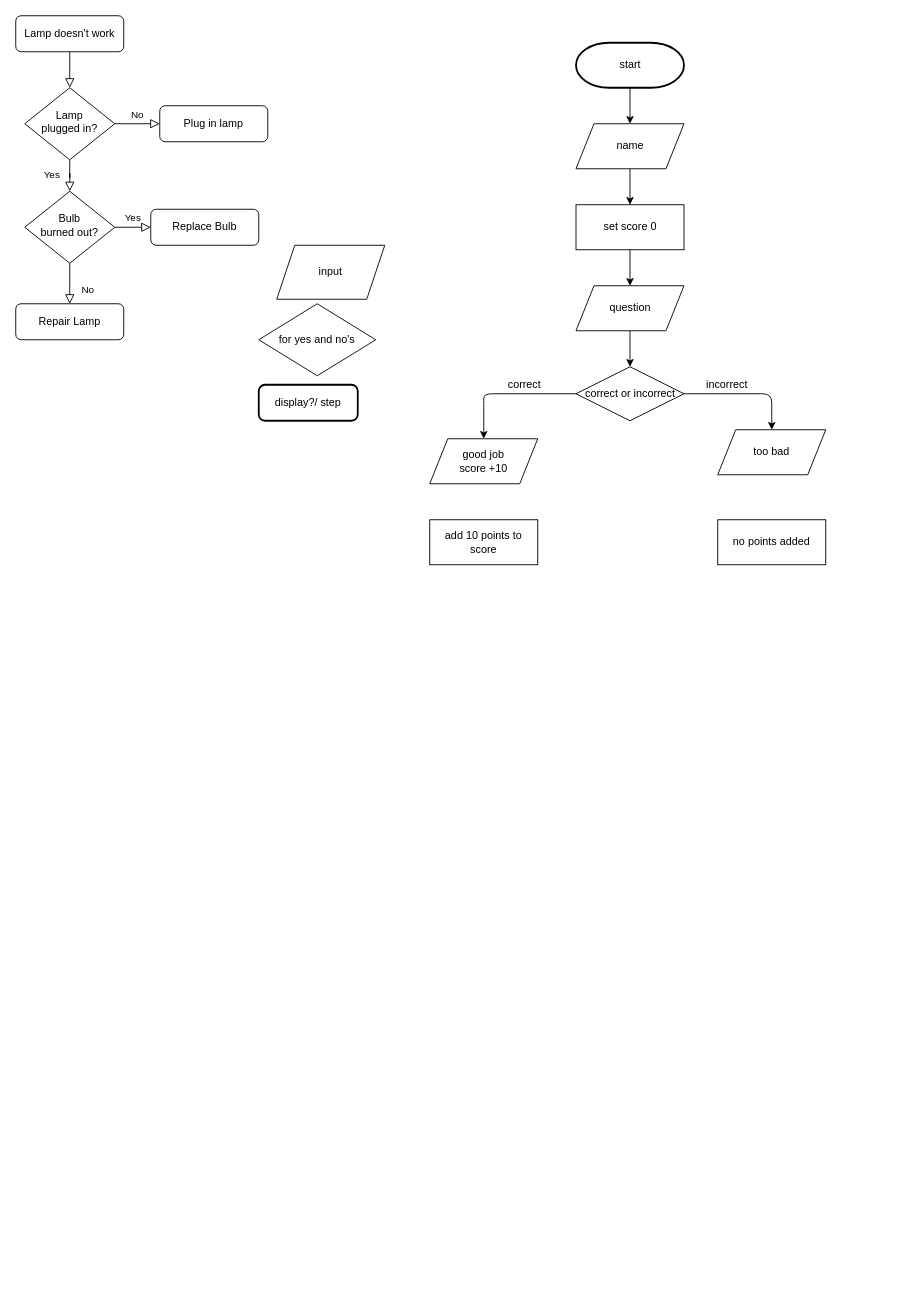
Before: main/Untitled Diagram.drawio in ASDAH-Digtal/level-1-python-quiz-Jianaaaa, a draw.io diagram. Source tidied: cells renumbered, new cells numbered last; positions are measured from the earlier drawing's top-left corner, leaving out a move shared by most shapes. Both pictures are drawn from the tidied source at 90%, with x=0, y=0 at pixel (15, 15).
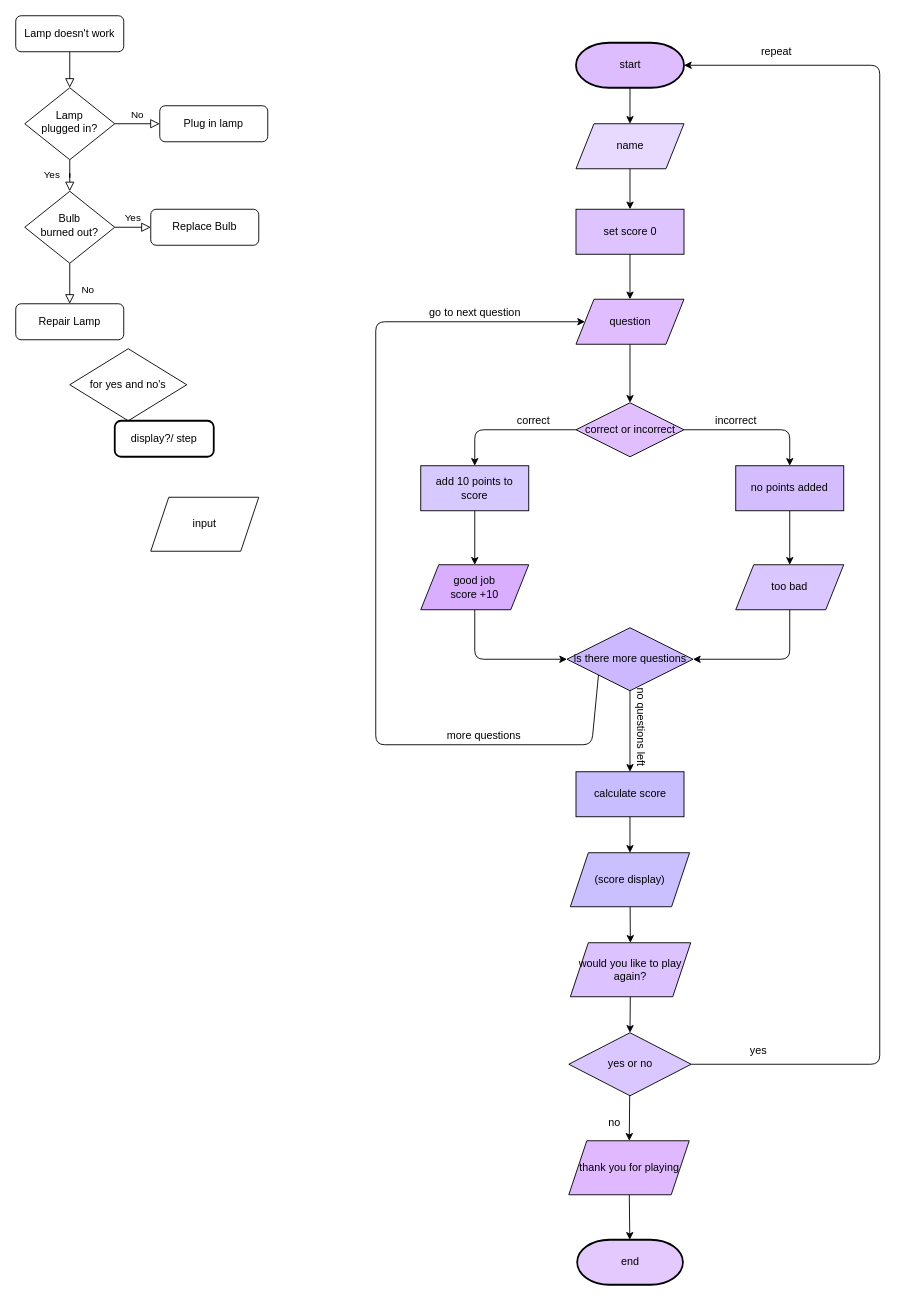
The same page after the edit.

Commit message:
finished flowchart with some colours

The edit, as a diff of the source:
```diff
@@
-    <mxCell id="14" value="name" style="shape=parallelogram;perimeter=parallelogramPerimeter;whiteSpace=wrap;html=1;fixedSize=1;" parent="1" vertex="1">
+    <mxCell id="14" value="name" style="shape=parallelogram;perimeter=parallelogramPerimeter;whiteSpace=wrap;html=1;fixedSize=1;fillColor=#E7D9FF;" parent="1" vertex="1">
       <mxGeometry x="622.5" y="120" width="120" height="50" as="geometry" />
     </mxCell>
-    <mxCell id="15" value="set score 0" style="rounded=0;whiteSpace=wrap;html=1;" parent="1" vertex="1">
-      <mxGeometry x="622.5" y="210" width="120" height="50" as="geometry" />
+    <mxCell id="15" value="set score 0" style="rounded=0;whiteSpace=wrap;html=1;fillColor=#DEC4FF;" parent="1" vertex="1">
+      <mxGeometry x="622.5" y="215" width="120" height="50" as="geometry" />
     </mxCell>
@@
+    <mxCell id="33" style="edgeStyle=none;html=1;entryX=0;entryY=0.5;entryDx=0;entryDy=0;" parent="1" edge="1" source="18" target="41">
+      <mxGeometry relative="1" as="geometry">
+        <Array as="points">
+          <mxPoint x="510" y="715" />
+        </Array>
+      </mxGeometry>
+    </mxCell>
-    <mxCell id="18" value="good job&lt;br&gt;score +10" style="shape=parallelogram;perimeter=parallelogramPerimeter;whiteSpace=wrap;html=1;fixedSize=1;" parent="1" vertex="1">
-      <mxGeometry x="460" y="470" width="120" height="50" as="geometry" />
+    <mxCell id="18" value="good job&lt;br&gt;score +10" style="shape=parallelogram;perimeter=parallelogramPerimeter;whiteSpace=wrap;html=1;fixedSize=1;fillColor=#D9ADFF;" parent="1" vertex="1">
+      <mxGeometry x="450" y="610" width="120" height="50" as="geometry" />
     </mxCell>
+    <mxCell id="34" style="edgeStyle=none;html=1;exitX=0;exitY=0.5;exitDx=0;exitDy=0;entryX=0.5;entryY=0;entryDx=0;entryDy=0;" parent="1" edge="1" source="19" target="31">
+      <mxGeometry relative="1" as="geometry">
+        <Array as="points">
+          <mxPoint x="510" y="460" />
+        </Array>
+      </mxGeometry>
+    </mxCell>
+    <mxCell id="35" style="edgeStyle=none;html=1;exitX=1;exitY=0.5;exitDx=0;exitDy=0;entryX=0.5;entryY=0;entryDx=0;entryDy=0;" parent="1" edge="1" source="19" target="32">
+      <mxGeometry relative="1" as="geometry">
+        <Array as="points">
+          <mxPoint x="860" y="460" />
+        </Array>
+      </mxGeometry>
+    </mxCell>
-    <mxCell id="19" value="correct or incorrect" style="rhombus;whiteSpace=wrap;html=1;" parent="1" vertex="1">
-      <mxGeometry x="622.5" y="390" width="120" height="60" as="geometry" />
+    <mxCell id="19" value="correct or incorrect" style="rhombus;whiteSpace=wrap;html=1;fillColor=#E1BFFF;" parent="1" vertex="1">
+      <mxGeometry x="622.5" y="430" width="120" height="60" as="geometry" />
     </mxCell>
-    <mxCell id="20" value="start" style="strokeWidth=2;html=1;shape=mxgraph.flowchart.terminator;whiteSpace=wrap;" parent="1" vertex="1">
+    <mxCell id="20" value="start" style="strokeWidth=2;html=1;shape=mxgraph.flowchart.terminator;whiteSpace=wrap;fillColor=#DEBDFF;" parent="1" vertex="1">
       <mxGeometry x="622.5" y="30" width="120" height="50" as="geometry" />
     </mxCell>
-    <mxCell id="21" style="endArrow=classic;html=1;entryX=0.5;entryY=0;entryDx=0;entryDy=0;exitX=0;exitY=0.5;exitDx=0;exitDy=0;" parent="1" edge="1" source="19" target="18">
-      <mxGeometry relative="1" as="geometry">
-        <Array as="points">
-          <mxPoint x="520" y="420" />
-          <mxPoint x="520" y="430" />
-        </Array>
-      </mxGeometry>
-    </mxCell>
+    <mxCell id="36" style="edgeStyle=none;html=1;entryX=1;entryY=0.5;entryDx=0;entryDy=0;" parent="1" edge="1" source="22" target="41">
+      <mxGeometry relative="1" as="geometry">
+        <Array as="points">
+          <mxPoint x="860" y="715" />
+        </Array>
+      </mxGeometry>
+    </mxCell>
-    <mxCell id="22" value="too bad" style="shape=parallelogram;perimeter=parallelogramPerimeter;whiteSpace=wrap;html=1;fixedSize=1;" parent="1" vertex="1">
-      <mxGeometry x="780" y="460" width="120" height="50" as="geometry" />
+    <mxCell id="22" value="too bad" style="shape=parallelogram;perimeter=parallelogramPerimeter;whiteSpace=wrap;html=1;fixedSize=1;fillColor=#DAC7FF;" parent="1" vertex="1">
+      <mxGeometry x="800" y="610" width="120" height="50" as="geometry" />
     </mxCell>
-    <mxCell id="23" style="endArrow=classic;html=1;entryX=0.5;entryY=0;entryDx=0;entryDy=0;exitX=1;exitY=0.5;exitDx=0;exitDy=0;" parent="1" edge="1" source="19" target="22">
-      <mxGeometry relative="1" as="geometry">
-        <Array as="points">
-          <mxPoint x="840" y="420" />
-        </Array>
-      </mxGeometry>
-    </mxCell>
     <mxCell id="24" value="input" style="shape=parallelogram;perimeter=parallelogramPerimeter;whiteSpace=wrap;html=1;fixedSize=1;" parent="1" vertex="1">
-      <mxGeometry x="290" y="255" width="120" height="60" as="geometry" />
+      <mxGeometry x="150" y="535" width="120" height="60" as="geometry" />
     </mxCell>
     <mxCell id="25" value="for yes and no's" style="rhombus;whiteSpace=wrap;html=1;" parent="1" vertex="1">
-      <mxGeometry x="270" y="320" width="130" height="80" as="geometry" />
+      <mxGeometry x="60" y="370" width="130" height="80" as="geometry" />
     </mxCell>
     <mxCell id="26" value="display?/ step" style="rounded=1;whiteSpace=wrap;html=1;absoluteArcSize=1;arcSize=14;strokeWidth=2;" parent="1" vertex="1">
-      <mxGeometry x="270" y="410" width="110" height="40" as="geometry" />
+      <mxGeometry x="110" y="450" width="110" height="40" as="geometry" />
     </mxCell>
@@
-    <mxCell id="28" value="question" style="shape=parallelogram;perimeter=parallelogramPerimeter;whiteSpace=wrap;html=1;fixedSize=1;" parent="1" vertex="1">
-      <mxGeometry x="622.5" y="300" width="120" height="50" as="geometry" />
+    <mxCell id="28" value="question" style="shape=parallelogram;perimeter=parallelogramPerimeter;whiteSpace=wrap;html=1;fixedSize=1;fillColor=#E0BDFF;" parent="1" vertex="1">
+      <mxGeometry x="622.5" y="315" width="120" height="50" as="geometry" />
     </mxCell>
     <mxCell id="29" value="correct" style="text;html=1;align=center;verticalAlign=middle;strokeColor=none;fillColor=none;" parent="1" vertex="1">
-      <mxGeometry x="540" y="400" width="50" height="20" as="geometry" />
+      <mxGeometry x="550" y="440" width="50" height="20" as="geometry" />
     </mxCell>
     <mxCell id="30" value="incorrect" style="text;html=1;align=center;verticalAlign=middle;strokeColor=none;fillColor=none;" parent="1" vertex="1">
-      <mxGeometry x="760" y="400" width="60" height="20" as="geometry" />
+      <mxGeometry x="770" y="440" width="60" height="20" as="geometry" />
     </mxCell>
+    <mxCell id="37" style="edgeStyle=none;html=1;exitX=0.5;exitY=1;exitDx=0;exitDy=0;entryX=0.5;entryY=0;entryDx=0;entryDy=0;" parent="1" edge="1" source="31" target="18">
+      <mxGeometry relative="1" as="geometry" />
+    </mxCell>
-    <mxCell id="31" value="add 10 points to score" style="rounded=0;whiteSpace=wrap;html=1;" parent="1" vertex="1">
-      <mxGeometry x="460" y="560" width="120" height="50" as="geometry" />
+    <mxCell id="31" value="add 10 points to score" style="rounded=0;whiteSpace=wrap;html=1;fillColor=#D6C9FF;" parent="1" vertex="1">
+      <mxGeometry x="450" y="500" width="120" height="50" as="geometry" />
     </mxCell>
+    <mxCell id="38" style="edgeStyle=none;html=1;exitX=0.5;exitY=1;exitDx=0;exitDy=0;entryX=0.5;entryY=0;entryDx=0;entryDy=0;" parent="1" edge="1" source="32" target="22">
+      <mxGeometry relative="1" as="geometry" />
+    </mxCell>
-    <mxCell id="32" value="no points added" style="rounded=0;whiteSpace=wrap;html=1;" parent="1" vertex="1">
-      <mxGeometry x="780" y="560" width="120" height="50" as="geometry" />
+    <mxCell id="32" value="no points added" style="rounded=0;whiteSpace=wrap;html=1;fillColor=#D3BDFF;" parent="1" vertex="1">
+      <mxGeometry x="800" y="500" width="120" height="50" as="geometry" />
     </mxCell>
+    <mxCell id="39" style="edgeStyle=none;html=1;entryX=0;entryY=0.5;entryDx=0;entryDy=0;exitX=0;exitY=1;exitDx=0;exitDy=0;" parent="1" edge="1" source="41" target="28">
+      <mxGeometry relative="1" as="geometry">
+        <Array as="points">
+          <mxPoint x="640" y="810" />
+          <mxPoint x="400" y="810" />
+          <mxPoint x="400" y="340" />
+        </Array>
+      </mxGeometry>
+    </mxCell>
+    <mxCell id="40" style="edgeStyle=none;html=1;entryX=0.5;entryY=0;entryDx=0;entryDy=0;" parent="1" edge="1" source="41" target="47">
+      <mxGeometry relative="1" as="geometry" />
+    </mxCell>
+    <mxCell id="41" value="is there more questions" style="rhombus;whiteSpace=wrap;html=1;fillColor=#CBB8FF;" parent="1" vertex="1">
+      <mxGeometry x="612.5" y="680" width="140" height="70" as="geometry" />
+    </mxCell>
+    <mxCell id="42" value="go to next question" style="text;html=1;align=center;verticalAlign=middle;strokeColor=none;fillColor=none;rotation=0;" parent="1" vertex="1">
+      <mxGeometry x="450" y="320" width="120" height="20" as="geometry" />
+    </mxCell>
+    <mxCell id="43" value="end" style="strokeWidth=2;html=1;shape=mxgraph.flowchart.terminator;whiteSpace=wrap;fillColor=#E4C9FF;" parent="1" vertex="1">
+      <mxGeometry x="623.8" y="1360" width="117.5" height="50" as="geometry" />
+    </mxCell>
+    <mxCell id="44" style="edgeStyle=none;html=1;" parent="1" edge="1" source="45" target="51">
+      <mxGeometry relative="1" as="geometry" />
+    </mxCell>
+    <mxCell id="45" value="(score display)&lt;br&gt;" style="shape=parallelogram;perimeter=parallelogramPerimeter;whiteSpace=wrap;html=1;fixedSize=1;fillColor=#CABFFF;" parent="1" vertex="1">
+      <mxGeometry x="616.2" y="930" width="132.5" height="60" as="geometry" />
+    </mxCell>
+    <mxCell id="46" style="edgeStyle=none;html=1;" parent="1" edge="1" source="47" target="45">
+      <mxGeometry relative="1" as="geometry" />
+    </mxCell>
+    <mxCell id="47" value="calculate score" style="rounded=0;whiteSpace=wrap;html=1;fillColor=#C8BDFF;" parent="1" vertex="1">
+      <mxGeometry x="622.5" y="840" width="120" height="50" as="geometry" />
+    </mxCell>
+    <mxCell id="48" value="no questions left" style="text;html=1;align=center;verticalAlign=middle;strokeColor=none;fillColor=none;rotation=90;" parent="1" vertex="1">
+      <mxGeometry x="645" y="780" width="100" height="20" as="geometry" />
+    </mxCell>
+    <mxCell id="49" value="more questions" style="text;html=1;align=center;verticalAlign=middle;strokeColor=none;fillColor=none;" parent="1" vertex="1">
+      <mxGeometry x="470" y="790" width="100" height="20" as="geometry" />
+    </mxCell>
+    <mxCell id="50" style="edgeStyle=none;html=1;entryX=0.5;entryY=0;entryDx=0;entryDy=0;" parent="1" edge="1" source="51" target="54">
+      <mxGeometry relative="1" as="geometry" />
+    </mxCell>
+    <mxCell id="51" value="would you like to play again?" style="shape=parallelogram;perimeter=parallelogramPerimeter;whiteSpace=wrap;html=1;fixedSize=1;fillColor=#DCC2FF;" parent="1" vertex="1">
+      <mxGeometry x="616.2" y="1030" width="133.8" height="60" as="geometry" />
+    </mxCell>
+    <mxCell id="52" style="edgeStyle=none;html=1;" parent="1" edge="1" source="54" target="59">
+      <mxGeometry relative="1" as="geometry" />
+    </mxCell>
+    <mxCell id="53" style="edgeStyle=none;html=1;entryX=1;entryY=0.5;entryDx=0;entryDy=0;entryPerimeter=0;" parent="1" edge="1" source="54" target="20">
+      <mxGeometry relative="1" as="geometry">
+        <Array as="points">
+          <mxPoint x="960" y="1165" />
+          <mxPoint x="960" y="55" />
+        </Array>
+      </mxGeometry>
+    </mxCell>
+    <mxCell id="54" value="yes or no" style="rhombus;whiteSpace=wrap;html=1;fillColor=#DAC7FF;" parent="1" vertex="1">
+      <mxGeometry x="614.5" y="1130" width="136" height="70" as="geometry" />
+    </mxCell>
+    <mxCell id="55" value="no" style="text;html=1;align=center;verticalAlign=middle;strokeColor=none;fillColor=none;" parent="1" vertex="1">
+      <mxGeometry x="650" y="1220" width="30" height="20" as="geometry" />
+    </mxCell>
+    <mxCell id="56" value="yes" style="text;html=1;align=center;verticalAlign=middle;strokeColor=none;fillColor=none;" parent="1" vertex="1">
+      <mxGeometry x="810" y="1140" width="30" height="20" as="geometry" />
+    </mxCell>
+    <mxCell id="57" value="repeat" style="text;html=1;align=center;verticalAlign=middle;strokeColor=none;fillColor=none;" parent="1" vertex="1">
+      <mxGeometry x="820" y="30" width="50" height="20" as="geometry" />
+    </mxCell>
+    <mxCell id="58" style="edgeStyle=none;html=1;" parent="1" edge="1" source="59" target="43">
+      <mxGeometry relative="1" as="geometry" />
+    </mxCell>
+    <mxCell id="59" value="thank you for playing" style="shape=parallelogram;perimeter=parallelogramPerimeter;whiteSpace=wrap;html=1;fixedSize=1;fillColor=#E0B8FF;" parent="1" vertex="1">
+      <mxGeometry x="614.5" y="1250" width="133.8" height="60" as="geometry" />
+    </mxCell>
```
